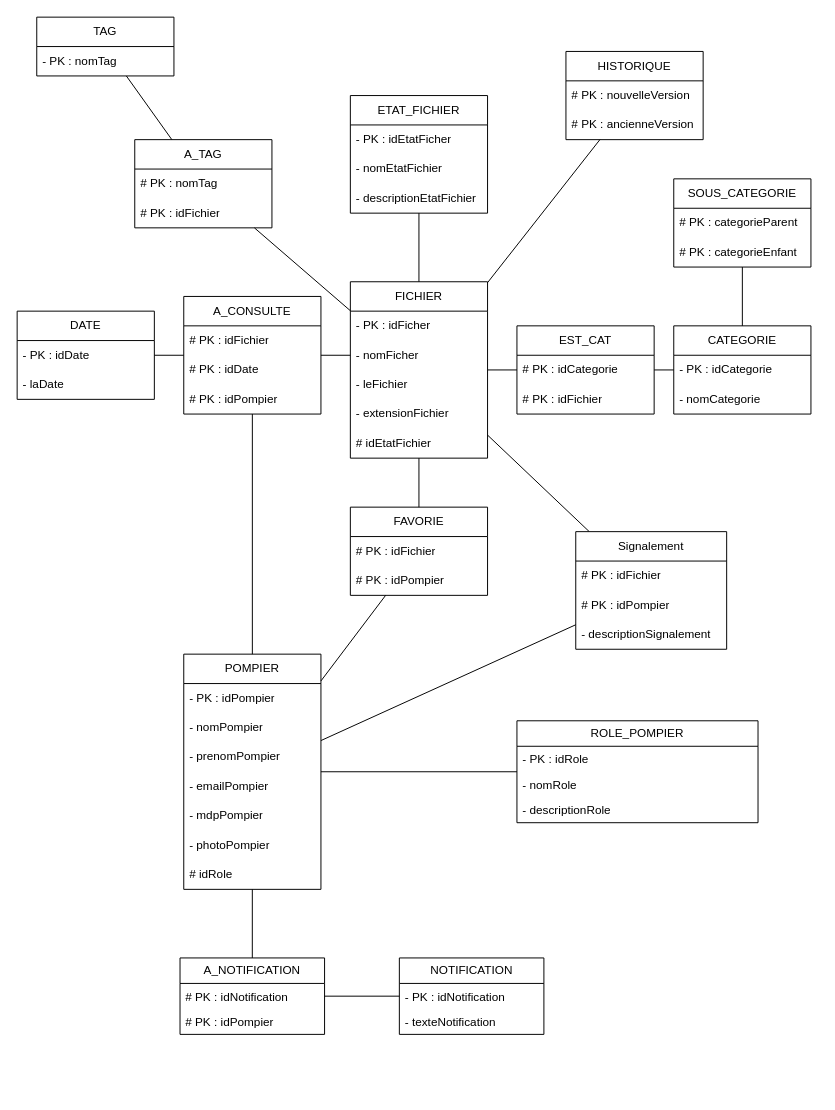
Before: page "MLD" (3 of 15) of docs/UML.drawio in Nathan-Etave/Hades, a draw.io diagram. Source tidied: cells renumbered, new cells numbered last; positions are measured from the earlier drawing's top-left corner, leaving out a move shared by most shapes. Both pictures are drawn from the tidied source at 98%, with x=0, y=0 at pixel (17, 17).
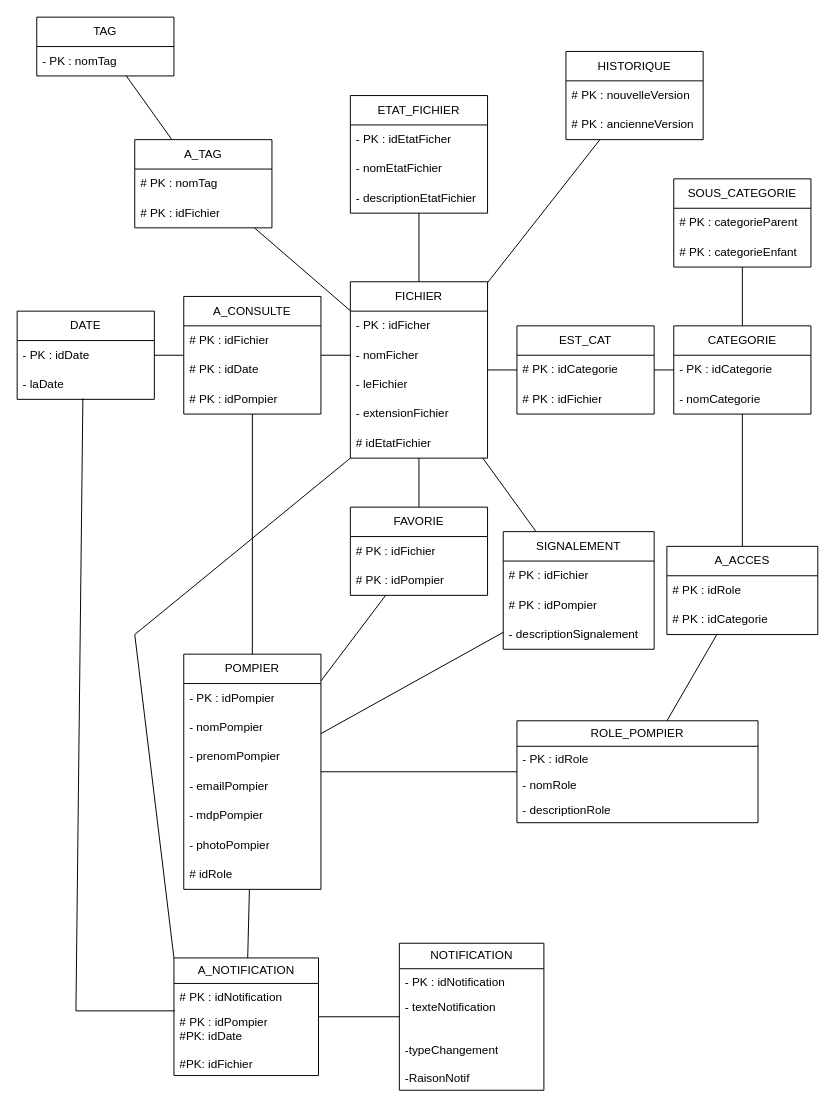
Above is the later version.

Commit message (it also covers changes not shown here):
Fix: Correction du MLD et MCD, ajout de la table A_ACCES

Unchanged cells that the change refers to:
```xml
<mxCell id="2" value="ROLE_POMPIER" style="swimlane;fontStyle=0;horizontal=1;startSize=26;fillColor=none;whiteSpace=wrap;html=1;" parent="1" vertex="1">
  <mxGeometry x="510" y="718" width="246" height="104" as="geometry" />
</mxCell>
<mxCell id="14" value="CATEGORIE" style="swimlane;fontStyle=0;horizontal=1;startSize=30;whiteSpace=wrap;html=1;" parent="1" vertex="1">
  <mxGeometry x="670" y="315" width="140" height="90" as="geometry" />
</mxCell>
<mxCell id="20" value="FICHIER" style="swimlane;fontStyle=0;horizontal=1;startSize=30;whiteSpace=wrap;html=1;" parent="1" vertex="1">
  <mxGeometry x="340" y="270" width="140" height="180" as="geometry" />
</mxCell>
<mxCell id="36" value="- laDate" style="text;strokeColor=none;fillColor=none;align=left;verticalAlign=middle;spacingLeft=4;spacingRight=4;overflow=hidden;points=[[0,0.5],[1,0.5]];portConstraint=eastwest;whiteSpace=wrap;html=1;" parent="34" vertex="1">
  <mxGeometry y="60" width="140" height="30" as="geometry" />
</mxCell>
<mxCell id="69" value="# PK : idNotification" style="text;strokeColor=none;fillColor=none;align=left;verticalAlign=top;spacingLeft=4;spacingRight=4;overflow=hidden;points=[[0,0.5],[1,0.5]];portConstraint=eastwest;whiteSpace=wrap;html=1;" parent="68" vertex="1">
  <mxGeometry y="26" width="147.5" height="26" as="geometry" />
</mxCell>
```

Change to the diagram source:
```diff
@@
-    <mxCell id="44" value="Signalement" style="swimlane;fontStyle=0;horizontal=1;startSize=30;whiteSpace=wrap;html=1;" parent="1" vertex="1">
-      <mxGeometry x="570" y="525" width="154" height="120" as="geometry" />
+    <mxCell id="44" value="SIGNALEMENT" style="swimlane;fontStyle=0;horizontal=1;startSize=30;whiteSpace=wrap;html=1;" parent="1" vertex="1">
+      <mxGeometry x="496" y="525" width="154" height="120" as="geometry" />
     </mxCell>
@@
     <mxCell id="65" value="NOTIFICATION" style="swimlane;fontStyle=0;horizontal=1;startSize=26;fillColor=none;whiteSpace=wrap;html=1;" parent="1" vertex="1">
-      <mxGeometry x="390" y="960" width="147.5" height="78" as="geometry" />
+      <mxGeometry x="390" y="945" width="147.5" height="150" as="geometry" />
     </mxCell>
@@
-    <mxCell id="67" value="- texteNotification" style="text;strokeColor=none;fillColor=none;align=left;verticalAlign=top;spacingLeft=4;spacingRight=4;overflow=hidden;whiteSpace=wrap;html=1;" parent="65" vertex="1">
-      <mxGeometry y="52" width="147.5" height="26" as="geometry" />
+    <mxCell id="67" value="&lt;div&gt;- texteNotification&lt;/div&gt;&lt;div&gt;&lt;br&gt;&lt;/div&gt;&lt;div&gt;&lt;br&gt;&lt;/div&gt;&lt;div&gt;-typeChangement&lt;/div&gt;&lt;div&gt;&lt;br&gt;&lt;/div&gt;&lt;div&gt;-RaisonNotif&lt;br&gt;&lt;/div&gt;" style="text;strokeColor=none;fillColor=none;align=left;verticalAlign=top;spacingLeft=4;spacingRight=4;overflow=hidden;whiteSpace=wrap;html=1;" parent="65" vertex="1">
+      <mxGeometry y="52" width="147.5" height="98" as="geometry" />
     </mxCell>
     <mxCell id="68" value="A_NOTIFICATION" style="swimlane;fontStyle=0;horizontal=1;startSize=26;fillColor=none;whiteSpace=wrap;html=1;" parent="1" vertex="1">
-      <mxGeometry x="166.2" y="960" width="147.5" height="78" as="geometry" />
+      <mxGeometry x="160" y="960" width="147.5" height="120" as="geometry" />
     </mxCell>
@@
-    <mxCell id="70" value="# PK : idPompier" style="text;strokeColor=none;fillColor=none;align=left;verticalAlign=top;spacingLeft=4;spacingRight=4;overflow=hidden;whiteSpace=wrap;html=1;" parent="68" vertex="1">
-      <mxGeometry y="52" width="147.5" height="26" as="geometry" />
+    <mxCell id="70" value="&lt;div&gt;# PK : idPompier&lt;/div&gt;&lt;div&gt;#PK: idDate&lt;/div&gt;&lt;div&gt;&lt;br&gt;&lt;/div&gt;&lt;div&gt;#PK: idFichier&lt;br&gt;&lt;/div&gt;&lt;div&gt;&lt;br&gt;&lt;/div&gt;" style="text;strokeColor=none;fillColor=none;align=left;verticalAlign=top;spacingLeft=4;spacingRight=4;overflow=hidden;whiteSpace=wrap;html=1;" parent="68" vertex="1">
+      <mxGeometry y="52" width="147.5" height="68" as="geometry" />
     </mxCell>
@@
+    <mxCell id="78" style="endArrow=none;html=1;rounded=0;entryX=0.007;entryY=1.077;entryDx=0;entryDy=0;entryPerimeter=0;exitX=0.479;exitY=0.967;exitDx=0;exitDy=0;exitPerimeter=0;" parent="1" edge="1" source="36" target="69">
+      <mxGeometry relative="1" as="geometry">
+        <Array as="points">
+          <mxPoint x="60" y="1014" />
+        </Array>
+      </mxGeometry>
+    </mxCell>
+    <mxCell id="79" style="endArrow=none;html=1;rounded=0;entryX=0;entryY=1;entryDx=0;entryDy=0;exitX=0;exitY=0;exitDx=0;exitDy=0;" parent="1" edge="1" source="68" target="20">
+      <mxGeometry relative="1" as="geometry">
+        <Array as="points">
+          <mxPoint x="120" y="630" />
+        </Array>
+      </mxGeometry>
+    </mxCell>
+    <mxCell id="80" value="A_ACCES" style="swimlane;fontStyle=0;horizontal=1;startSize=30;whiteSpace=wrap;html=1;" parent="1" vertex="1">
+      <mxGeometry x="663" y="540" width="154" height="90" as="geometry" />
+    </mxCell>
+    <mxCell id="81" value="# PK : idRole" style="text;strokeColor=none;fillColor=none;align=left;verticalAlign=middle;spacingLeft=4;spacingRight=4;overflow=hidden;whiteSpace=wrap;html=1;" parent="80" vertex="1">
+      <mxGeometry y="30" width="154" height="30" as="geometry" />
+    </mxCell>
+    <mxCell id="82" value="# PK : idCategorie" style="text;strokeColor=none;fillColor=none;align=left;verticalAlign=middle;spacingLeft=4;spacingRight=4;overflow=hidden;whiteSpace=wrap;html=1;" parent="80" vertex="1">
+      <mxGeometry y="60" width="154" height="30" as="geometry" />
+    </mxCell>
+    <mxCell id="83" style="endArrow=none;html=1;rounded=0;" parent="1" edge="1" source="80" target="2">
+      <mxGeometry relative="1" as="geometry" />
+    </mxCell>
+    <mxCell id="84" style="endArrow=none;html=1;rounded=0;" parent="1" edge="1" source="14" target="80">
+      <mxGeometry relative="1" as="geometry" />
+    </mxCell>
```
